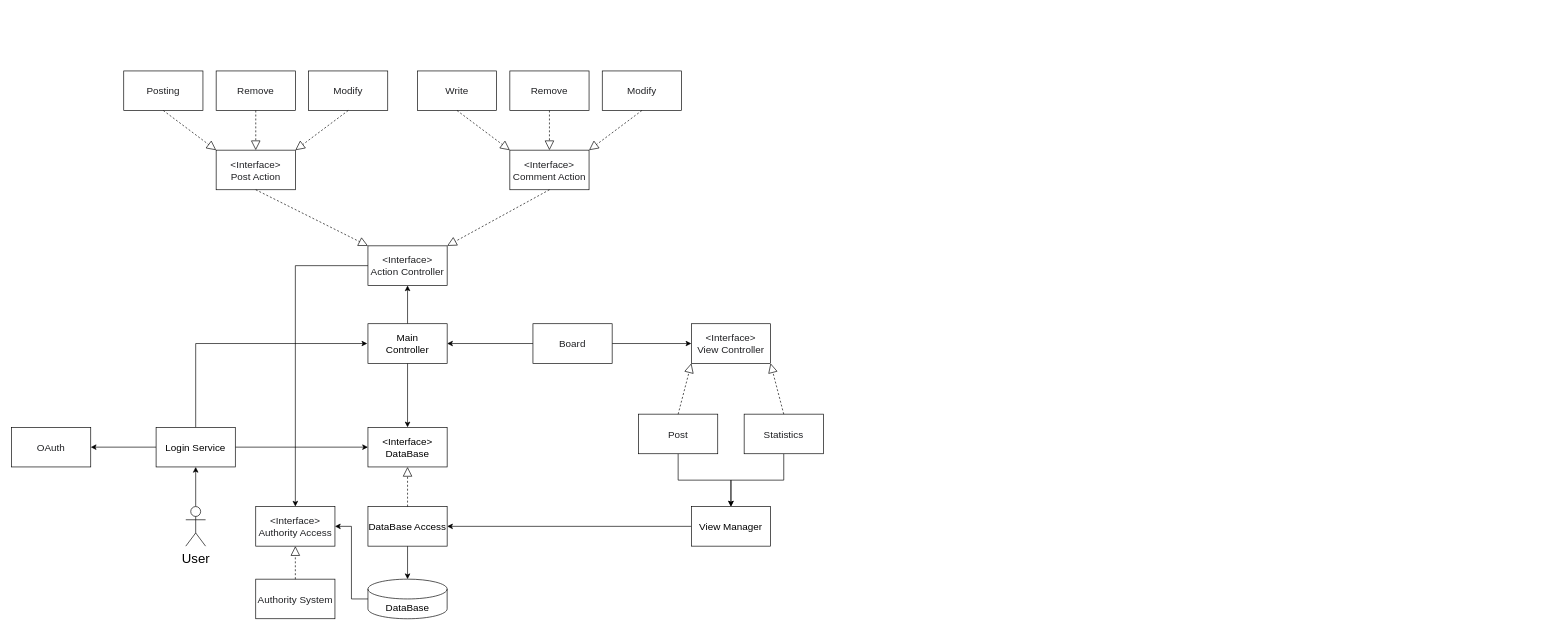
The draw.io diagram diagram/Diagram.drawio in JaeHee-K/toy_diagram, before the edit. Source tidied: cells renumbered, new cells numbered last; positions are measured from the earlier drawing's top-left corner, leaving out a move shared by most shapes. Both pictures are drawn from the tidied source at 66%, with x=0, y=0 at pixel (11, 71).
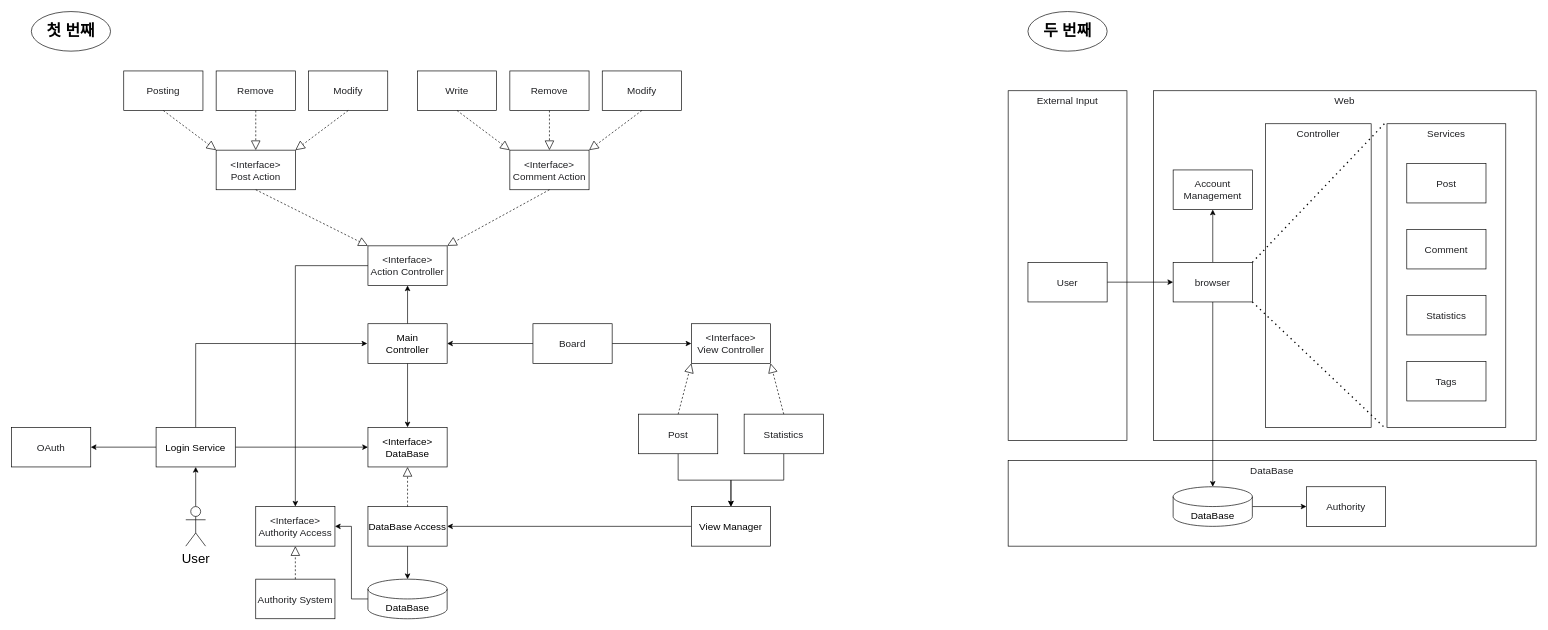
The same page after the edit.

What changed in the source:
```diff
@@
+    <mxCell id="51" style="edgeStyle=orthogonalEdgeStyle;rounded=0;jettySize=auto;html=1;exitX=1;exitY=0.5;exitDx=0;exitDy=0;entryX=0;entryY=0.5;entryDx=0;entryDy=0;fontSize=24;" parent="1" edge="1" source="52" target="57">
+      <mxGeometry relative="1" as="geometry" />
+    </mxCell>
+    <mxCell id="52" value="&lt;font color=&quot;#202124&quot; face=&quot;apple sd gothic neo, arial, sans-serif&quot;&gt;User&lt;/font&gt;" style="whiteSpace=wrap;html=1;fontSize=15;" parent="1" vertex="1">
+      <mxGeometry x="1540" y="290" width="120" height="60" as="geometry" />
+    </mxCell>
+    <mxCell id="53" value="첫 번째" style="ellipse;whiteSpace=wrap;html=1;fontSize=24;fontStyle=1;" parent="1" vertex="1">
+      <mxGeometry x="30" y="-90" width="120" height="60" as="geometry" />
+    </mxCell>
+    <mxCell id="54" value="두 번째" style="ellipse;whiteSpace=wrap;html=1;fontSize=24;fontStyle=1;" parent="1" vertex="1">
+      <mxGeometry x="1540" y="-90" width="120" height="60" as="geometry" />
+    </mxCell>
+    <mxCell id="55" style="edgeStyle=orthogonalEdgeStyle;rounded=0;jettySize=auto;html=1;exitX=0.5;exitY=0;exitDx=0;exitDy=0;entryX=0.5;entryY=1;entryDx=0;entryDy=0;fontSize=24;" parent="1" edge="1" source="57" target="58">
+      <mxGeometry relative="1" as="geometry" />
+    </mxCell>
+    <mxCell id="56" style="edgeStyle=orthogonalEdgeStyle;rounded=0;jettySize=auto;html=1;exitX=0.5;exitY=1;exitDx=0;exitDy=0;fontSize=24;" parent="1" edge="1" source="57" target="60">
+      <mxGeometry relative="1" as="geometry" />
+    </mxCell>
+    <mxCell id="57" value="&lt;font color=&quot;#202124&quot; face=&quot;apple sd gothic neo, arial, sans-serif&quot;&gt;browser&lt;/font&gt;" style="whiteSpace=wrap;html=1;fontSize=15;" parent="1" vertex="1">
+      <mxGeometry x="1760" y="290" width="120" height="60" as="geometry" />
+    </mxCell>
+    <mxCell id="58" value="&lt;font color=&quot;#202124&quot; face=&quot;apple sd gothic neo, arial, sans-serif&quot;&gt;Account&lt;br&gt;Management&lt;br&gt;&lt;/font&gt;" style="whiteSpace=wrap;html=1;fontSize=15;" parent="1" vertex="1">
+      <mxGeometry x="1760" y="150" width="120" height="60" as="geometry" />
+    </mxCell>
+    <mxCell id="59" style="edgeStyle=orthogonalEdgeStyle;rounded=0;jettySize=auto;html=1;entryX=0;entryY=0.5;entryDx=0;entryDy=0;fontSize=24;" parent="1" edge="1" source="60" target="72">
+      <mxGeometry relative="1" as="geometry" />
+    </mxCell>
+    <mxCell id="60" value="DataBase" style="shape=cylinder3;whiteSpace=wrap;html=1;boundedLbl=1;backgroundOutline=1;size=15;fontSize=15;" parent="1" vertex="1">
+      <mxGeometry x="1760" y="630" width="120" height="60" as="geometry" />
+    </mxCell>
+    <mxCell id="61" style="endArrow=none;dashed=1;html=1;dashPattern=1 3;strokeWidth=2;rounded=0;fontSize=24;exitX=1;exitY=0;exitDx=0;exitDy=0;" parent="1" edge="1" source="57">
+      <mxGeometry relative="1" as="geometry">
+        <mxPoint x="2080" y="80" as="targetPoint" />
+      </mxGeometry>
+    </mxCell>
+    <mxCell id="62" style="endArrow=none;dashed=1;html=1;dashPattern=1 3;strokeWidth=2;rounded=0;fontSize=24;exitX=1;exitY=1;exitDx=0;exitDy=0;entryX=0.603;entryY=0.962;entryDx=0;entryDy=0;entryPerimeter=0;" parent="1" edge="1" source="57" target="69">
+      <mxGeometry relative="1" as="geometry" />
+    </mxCell>
+    <mxCell id="63" value="&lt;font color=&quot;#202124&quot; face=&quot;apple sd gothic neo, arial, sans-serif&quot;&gt;Post&lt;br&gt;&lt;/font&gt;" style="whiteSpace=wrap;html=1;fontSize=15;" parent="1" vertex="1">
+      <mxGeometry x="2114" y="140" width="120" height="60" as="geometry" />
+    </mxCell>
+    <mxCell id="64" value="&lt;font color=&quot;#202124&quot; face=&quot;apple sd gothic neo, arial, sans-serif&quot;&gt;Comment&lt;br&gt;&lt;/font&gt;" style="whiteSpace=wrap;html=1;fontSize=15;" parent="1" vertex="1">
+      <mxGeometry x="2114" y="240" width="120" height="60" as="geometry" />
+    </mxCell>
+    <mxCell id="65" value="&lt;font color=&quot;#202124&quot; face=&quot;apple sd gothic neo, arial, sans-serif&quot;&gt;Statistics&lt;br&gt;&lt;/font&gt;" style="whiteSpace=wrap;html=1;fontSize=15;" parent="1" vertex="1">
+      <mxGeometry x="2114" y="340" width="120" height="60" as="geometry" />
+    </mxCell>
+    <mxCell id="66" value="&lt;font color=&quot;#202124&quot; face=&quot;apple sd gothic neo, arial, sans-serif&quot;&gt;Tags&lt;br&gt;&lt;/font&gt;" style="whiteSpace=wrap;html=1;fontSize=15;" parent="1" vertex="1">
+      <mxGeometry x="2114" y="440" width="120" height="60" as="geometry" />
+    </mxCell>
+    <mxCell id="67" value="&lt;font color=&quot;#202124&quot; face=&quot;apple sd gothic neo, arial, sans-serif&quot;&gt;Services&lt;/font&gt;" style="whiteSpace=wrap;html=1;fontSize=15;fillColor=none;verticalAlign=top;" parent="1" vertex="1">
+      <mxGeometry x="2084" y="80" width="180" height="460" as="geometry" />
+    </mxCell>
+    <mxCell id="68" value="&lt;font color=&quot;#202124&quot; face=&quot;apple sd gothic neo, arial, sans-serif&quot;&gt;External Input&lt;/font&gt;" style="whiteSpace=wrap;html=1;fontSize=15;fillColor=none;verticalAlign=top;" parent="1" vertex="1">
+      <mxGeometry x="1510" y="30" width="180" height="530" as="geometry" />
+    </mxCell>
+    <mxCell id="69" value="&lt;font color=&quot;#202124&quot; face=&quot;apple sd gothic neo, arial, sans-serif&quot;&gt;Web&lt;/font&gt;" style="whiteSpace=wrap;html=1;fontSize=15;fillColor=none;verticalAlign=top;" parent="1" vertex="1">
+      <mxGeometry x="1730" y="30" width="580" height="530" as="geometry" />
+    </mxCell>
+    <mxCell id="70" value="&lt;font color=&quot;#202124&quot; face=&quot;apple sd gothic neo, arial, sans-serif&quot;&gt;DataBase&lt;/font&gt;" style="whiteSpace=wrap;html=1;fontSize=15;fillColor=none;verticalAlign=top;align=center;horizontal=1;" parent="1" vertex="1">
+      <mxGeometry x="1510" y="590" width="800" height="130" as="geometry" />
+    </mxCell>
+    <mxCell id="71" value="&lt;font color=&quot;#202124&quot; face=&quot;apple sd gothic neo, arial, sans-serif&quot;&gt;Controller&lt;/font&gt;" style="whiteSpace=wrap;html=1;fontSize=15;fillColor=none;verticalAlign=top;" parent="1" vertex="1">
+      <mxGeometry x="1900" y="80" width="160" height="460" as="geometry" />
+    </mxCell>
+    <mxCell id="72" value="&lt;font color=&quot;#202124&quot; face=&quot;apple sd gothic neo, arial, sans-serif&quot;&gt;Authority&lt;/font&gt;" style="whiteSpace=wrap;html=1;fontSize=15;" parent="1" vertex="1">
+      <mxGeometry x="1962" y="630" width="120" height="60" as="geometry" />
+    </mxCell>
```
